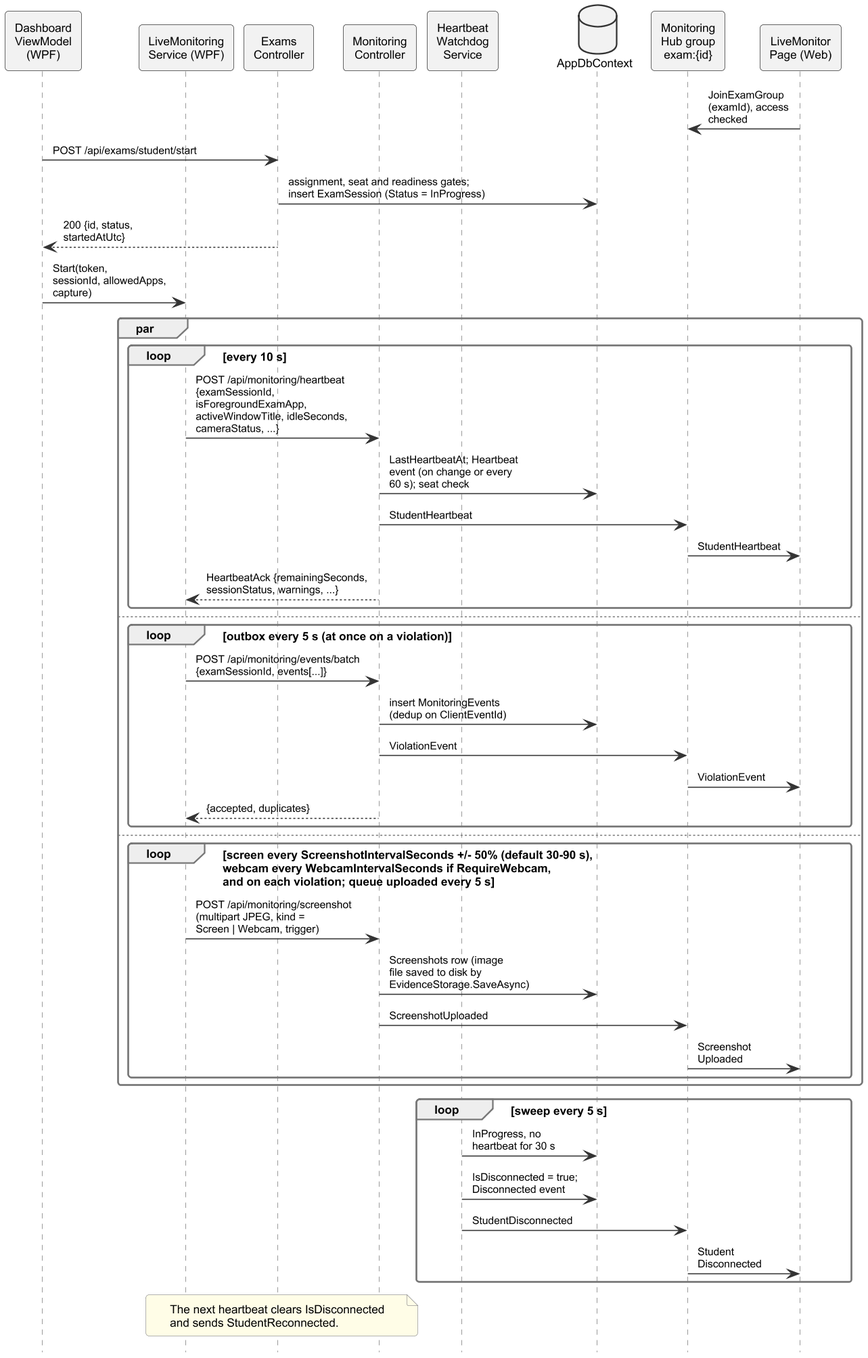
Haiderali27-hub/AI-Lab-Monitoring- keeps this PlantUML diagram as important docs/fyp_doc_3chatp/Figures/seq_telemetry.png. Above is the earlier version. Source of this version:
```plantuml
@startuml
!include style.iuml
hide footbox
skinparam ParticipantPadding 0
skinparam BoxPadding 0
skinparam sequence {
  MessageAlign left
}

participant "Dashboard\nViewModel\n(WPF)" as VM
participant "LiveMonitoring\nService (WPF)" as LM
participant "Exams\nController" as EC
participant "Monitoring\nController" as MC
participant "Heartbeat\nWatchdog\nService" as WD
database "AppDbContext" as DB
participant "Monitoring\nHub group\nexam:{id}" as HUB
participant "LiveMonitor\nPage (Web)" as WEB

WEB -> HUB : JoinExamGroup\n(examId), access\nchecked
VM -> EC : POST /api/exams/student/start
EC -> DB : assignment, seat and readiness gates;\ninsert ExamSession (Status = InProgress)
EC --> VM : 200 {id, status,\nstartedAtUtc}
VM -> LM : Start(token,\nsessionId, allowedApps,\ncapture)

par
  loop every 10 s
    LM -> MC : POST /api/monitoring/heartbeat\n{examSessionId,\nisForegroundExamApp,\nactiveWindowTitle, idleSeconds,\ncameraStatus, ...}
    MC -> DB : LastHeartbeatAt; Heartbeat\nevent (on change or every\n60 s); seat check
    MC -> HUB : StudentHeartbeat
    HUB -> WEB : StudentHeartbeat
    MC --> LM : HeartbeatAck {remainingSeconds,\nsessionStatus, warnings, ...}
  end
else
  loop outbox every 5 s (at once on a violation)
    LM -> MC : POST /api/monitoring/events/batch\n{examSessionId, events[...]}
    MC -> DB : insert MonitoringEvents\n(dedup on ClientEventId)
    MC -> HUB : ViolationEvent
    HUB -> WEB : ViolationEvent
    MC --> LM : {accepted, duplicates}
  end
else
  loop screen every ScreenshotIntervalSeconds +/- 50% (default 30-90 s),\nwebcam every WebcamIntervalSeconds if RequireWebcam,\nand on each violation; queue uploaded every 5 s
    LM -> MC : POST /api/monitoring/screenshot\n(multipart JPEG, kind =\nScreen | Webcam, trigger)
    MC -> DB : Screenshots row (image\nfile saved to disk by\nEvidenceStorage.SaveAsync)
    MC -> HUB : ScreenshotUploaded
    HUB -> WEB : Screenshot\nUploaded
  end
end

loop sweep every 5 s
  WD -> DB : InProgress, no\nheartbeat for 30 s
  WD -> DB : IsDisconnected = true;\nDisconnected event
  WD -> HUB : StudentDisconnected
  HUB -> WEB : Student\nDisconnected
end
note over LM, MC : The next heartbeat clears IsDisconnected\nand sends StudentReconnected.
@enduml
```
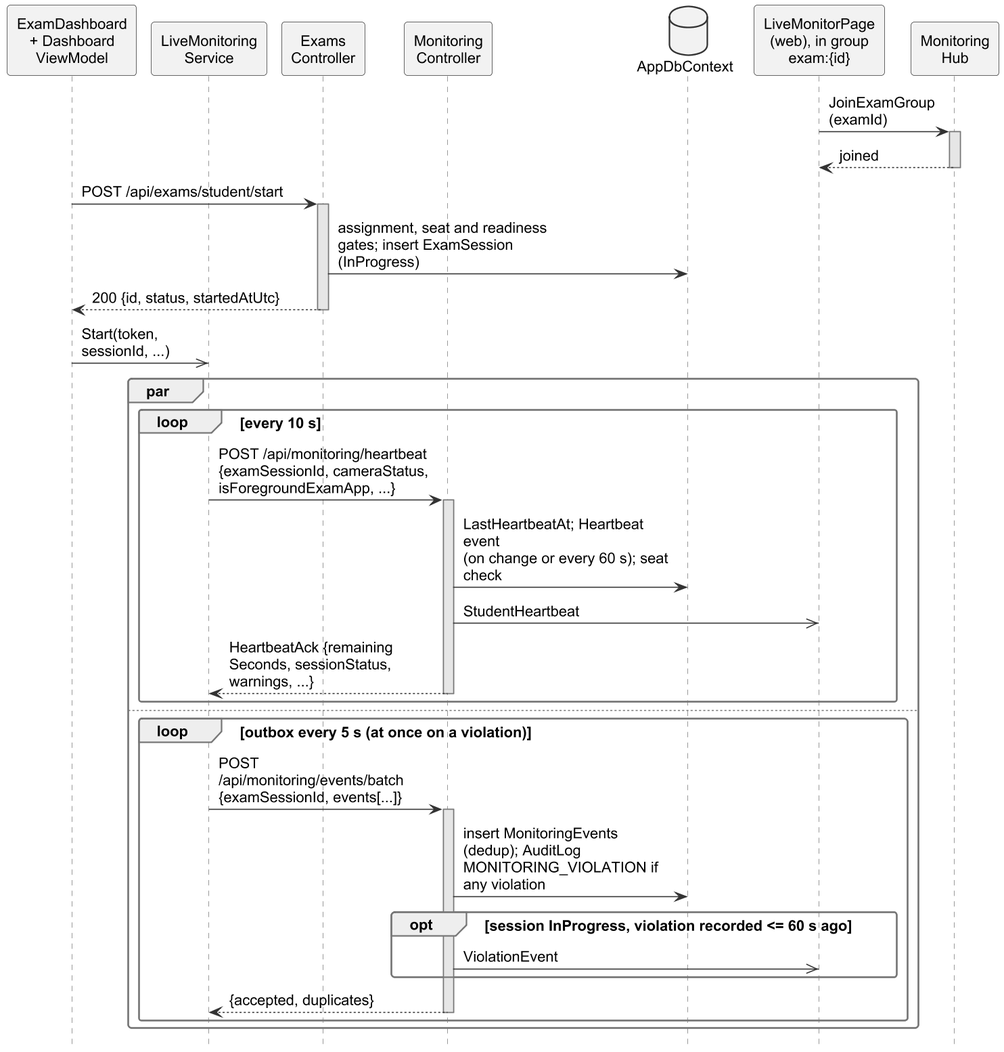
Above is the later version.

The edit, as a diff of the source:
```diff
@@ -1,57 +1,56 @@
 @startuml
 !include style.iuml
+skinparam defaultFontSize 14
+skinparam ArrowFontSize 14
+skinparam maxMessageSize 200
 hide footbox
-skinparam ParticipantPadding 0
+hide unlinked
+skinparam ParticipantPadding 2
 skinparam BoxPadding 0
 skinparam sequence {
   MessageAlign left
+  LifeLineBackgroundColor #E6E6E6
 }
 
-participant "Dashboard\nViewModel\n(WPF)" as VM
-participant "LiveMonitoring\nService (WPF)" as LM
+participant "ExamDashboard\n+ Dashboard\nViewModel" as VM
+participant "LiveMonitoring\nService" as LM
 participant "Exams\nController" as EC
 participant "Monitoring\nController" as MC
 participant "Heartbeat\nWatchdog\nService" as WD
 database "AppDbContext" as DB
-participant "Monitoring\nHub group\nexam:{id}" as HUB
-participant "LiveMonitor\nPage (Web)" as WEB
+participant "LiveMonitorPage\n(web), in group\nexam:{id}" as WEB
+participant "Monitoring\nHub" as HUB
 
-WEB -> HUB : JoinExamGroup\n(examId), access\nchecked
+WEB -> HUB : JoinExamGroup\n(examId)
+activate HUB
+HUB --> WEB : joined
+deactivate HUB
 VM -> EC : POST /api/exams/student/start
-EC -> DB : assignment, seat and readiness gates;\ninsert ExamSession (Status = InProgress)
-EC --> VM : 200 {id, status,\nstartedAtUtc}
-VM -> LM : Start(token,\nsessionId, allowedApps,\ncapture)
+activate EC
+EC -> DB : assignment, seat and readiness\ngates; insert ExamSession (InProgress)
+EC --> VM : 200 {id, status, startedAtUtc}
+deactivate EC
+VM ->> LM : Start(token,\nsessionId, ...)
 
 par
   loop every 10 s
-    LM -> MC : POST /api/monitoring/heartbeat\n{examSessionId,\nisForegroundExamApp,\nactiveWindowTitle, idleSeconds,\ncameraStatus, ...}
-    MC -> DB : LastHeartbeatAt; Heartbeat\nevent (on change or every\n60 s); seat check
-    MC -> HUB : StudentHeartbeat
-    HUB -> WEB : StudentHeartbeat
-    MC --> LM : HeartbeatAck {remainingSeconds,\nsessionStatus, warnings, ...}
+    LM -> MC : POST /api/monitoring/heartbeat\n{examSessionId, cameraStatus,\nisForegroundExamApp, ...}
+    activate MC
+    MC -> DB : LastHeartbeatAt; Heartbeat event\n(on change or every 60 s); seat check
+    MC ->> WEB : StudentHeartbeat
+    MC --> LM : HeartbeatAck {remaining\nSeconds, sessionStatus,\nwarnings, ...}
+    deactivate MC
   end
 else
   loop outbox every 5 s (at once on a violation)
     LM -> MC : POST /api/monitoring/events/batch\n{examSessionId, events[...]}
-    MC -> DB : insert MonitoringEvents\n(dedup on ClientEventId)
-    MC -> HUB : ViolationEvent
-    HUB -> WEB : ViolationEvent
+    activate MC
+    MC -> DB : insert MonitoringEvents (dedup); AuditLog\nMONITORING_VIOLATION if any violation
+    opt session InProgress, violation recorded <= 60 s ago
+      MC ->> WEB : ViolationEvent
+    end
     MC --> LM : {accepted, duplicates}
-  end
-else
-  loop screen every ScreenshotIntervalSeconds +/- 50% (default 30-90 s),\nwebcam every WebcamIntervalSeconds if RequireWebcam,\nand on each violation; queue uploaded every 5 s
-    LM -> MC : POST /api/monitoring/screenshot\n(multipart JPEG, kind =\nScreen | Webcam, trigger)
-    MC -> DB : Screenshots row (image\nfile saved to disk by\nEvidenceStorage.SaveAsync)
-    MC -> HUB : ScreenshotUploaded
-    HUB -> WEB : Screenshot\nUploaded
+    deactivate MC
   end
 end
-
-loop sweep every 5 s
-  WD -> DB : InProgress, no\nheartbeat for 30 s
-  WD -> DB : IsDisconnected = true;\nDisconnected event
-  WD -> HUB : StudentDisconnected
-  HUB -> WEB : Student\nDisconnected
-end
-note over LM, MC : The next heartbeat clears IsDisconnected\nand sends StudentReconnected.
 @enduml
```
